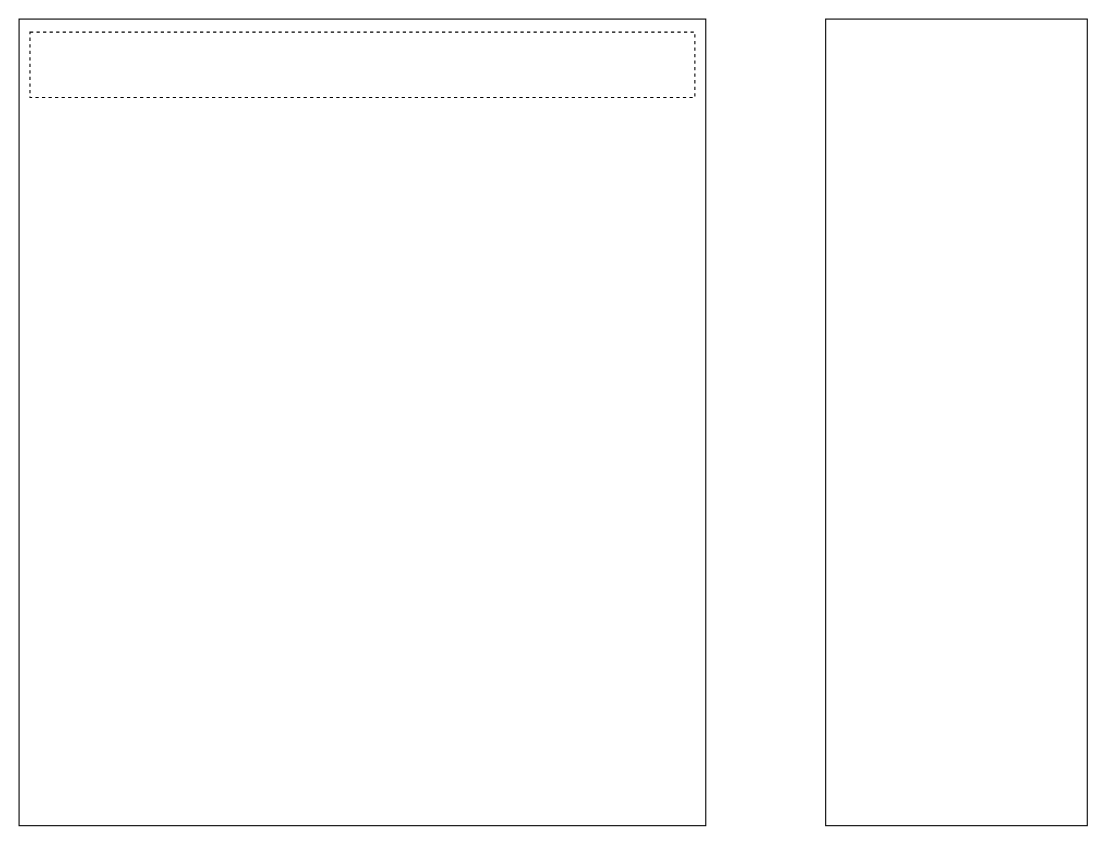
Above: Untitled Diagram.drawio in jsoncode/javascriptFuction (draw.io), before the change. Source tidied: cells renumbered, new cells numbered last; positions are measured from the earlier drawing's top-left corner, leaving out a move shared by most shapes. Both pictures are drawn from the tidied source at 109%, with x=0, y=0 at pixel (19, 19).
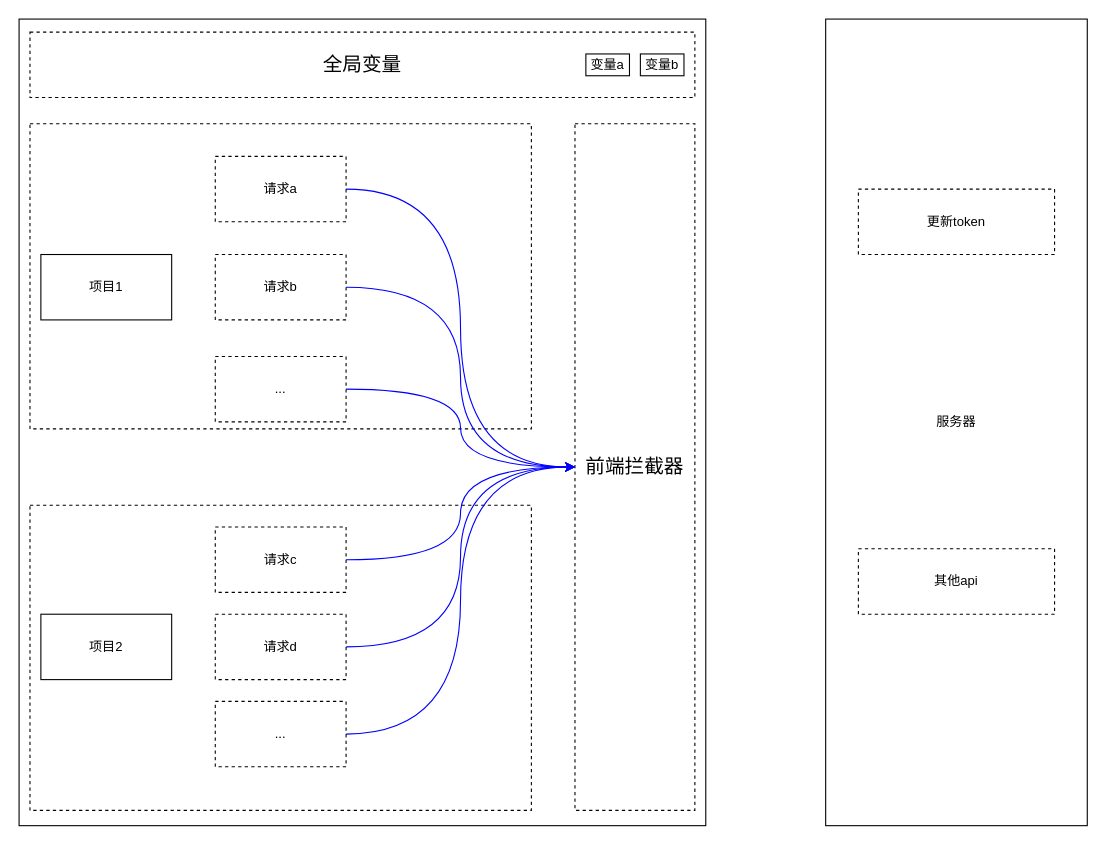
The same page after the edit.

What changed in the source:
```diff
@@
-    <mxCell id="2" style="rounded=0;whiteSpace=wrap;html=1;sketch=0;fillColor=none;" parent="1" vertex="1">
+    <mxCell id="2" value="服务器" style="rounded=0;whiteSpace=wrap;html=1;sketch=0;fillColor=none;" parent="1" vertex="1">
       <mxGeometry x="740" width="240" height="740" as="geometry" />
     </mxCell>
@@
-    <mxCell id="4" style="rounded=0;whiteSpace=wrap;html=1;sketch=0;fillColor=none;dashed=1;" parent="1" vertex="1">
+    <mxCell id="4" value="&lt;font style=&quot;font-size: 18px&quot;&gt;全局变量&lt;/font&gt;" style="rounded=0;whiteSpace=wrap;html=1;sketch=0;fillColor=none;dashed=1;" parent="1" vertex="1">
       <mxGeometry x="10" y="12" width="610" height="60" as="geometry" />
     </mxCell>
+    <mxCell id="5" value="&lt;font style=&quot;font-size: 18px&quot;&gt;前端拦截器&lt;/font&gt;" style="rounded=0;whiteSpace=wrap;html=1;sketch=0;fillColor=none;dashed=1;" parent="1" vertex="1">
+      <mxGeometry x="510" y="96" width="110" height="630" as="geometry" />
+    </mxCell>
+    <mxCell id="6" style="rounded=0;whiteSpace=wrap;html=1;sketch=0;fillColor=none;dashed=1;" parent="1" vertex="1">
+      <mxGeometry x="10" y="96" width="460" height="280" as="geometry" />
+    </mxCell>
+    <mxCell id="7" style="edgeStyle=orthogonalEdgeStyle;sketch=0;jettySize=auto;html=1;strokeColor=#0000FF;curved=1;" parent="1" edge="1" source="8" target="5">
+      <mxGeometry relative="1" as="geometry" />
+    </mxCell>
+    <mxCell id="8" value="请求a" style="rounded=0;whiteSpace=wrap;html=1;dashed=1;sketch=0;fillColor=none;" parent="1" vertex="1">
+      <mxGeometry x="180" y="126" width="120" height="60" as="geometry" />
+    </mxCell>
+    <mxCell id="9" style="edgeStyle=orthogonalEdgeStyle;sketch=0;jettySize=auto;html=1;strokeColor=#0000FF;curved=1;" parent="1" edge="1" source="10" target="5">
+      <mxGeometry relative="1" as="geometry" />
+    </mxCell>
+    <mxCell id="10" value="请求b" style="rounded=0;whiteSpace=wrap;html=1;dashed=1;sketch=0;fillColor=none;" parent="1" vertex="1">
+      <mxGeometry x="180" y="216" width="120" height="60" as="geometry" />
+    </mxCell>
+    <mxCell id="11" style="edgeStyle=orthogonalEdgeStyle;sketch=0;jettySize=auto;html=1;entryX=0;entryY=0.5;entryDx=0;entryDy=0;strokeColor=#0000FF;curved=1;" parent="1" edge="1" source="12" target="5">
+      <mxGeometry relative="1" as="geometry" />
+    </mxCell>
+    <mxCell id="12" value="..." style="rounded=0;whiteSpace=wrap;html=1;dashed=1;sketch=0;fillColor=none;" parent="1" vertex="1">
+      <mxGeometry x="180" y="309.5" width="120" height="60" as="geometry" />
+    </mxCell>
+    <mxCell id="13" value="变量a" style="rounded=0;whiteSpace=wrap;html=1;sketch=0;fillColor=none;" parent="1" vertex="1">
+      <mxGeometry x="520" y="32" width="40" height="20" as="geometry" />
+    </mxCell>
+    <mxCell id="14" value="变量b" style="rounded=0;whiteSpace=wrap;html=1;sketch=0;fillColor=none;" parent="1" vertex="1">
+      <mxGeometry x="570" y="32" width="40" height="20" as="geometry" />
+    </mxCell>
+    <mxCell id="15" style="rounded=0;whiteSpace=wrap;html=1;sketch=0;fillColor=none;dashed=1;" parent="1" vertex="1">
+      <mxGeometry x="10" y="446" width="460" height="280" as="geometry" />
+    </mxCell>
+    <mxCell id="16" style="edgeStyle=orthogonalEdgeStyle;sketch=0;jettySize=auto;html=1;entryX=0;entryY=0.5;entryDx=0;entryDy=0;strokeColor=#0000FF;curved=1;" parent="1" edge="1" source="17" target="5">
+      <mxGeometry relative="1" as="geometry" />
+    </mxCell>
+    <mxCell id="17" value="请求c" style="rounded=0;whiteSpace=wrap;html=1;dashed=1;sketch=0;fillColor=none;" parent="1" vertex="1">
+      <mxGeometry x="180" y="466" width="120" height="60" as="geometry" />
+    </mxCell>
+    <mxCell id="18" style="edgeStyle=orthogonalEdgeStyle;sketch=0;jettySize=auto;html=1;entryX=0;entryY=0.5;entryDx=0;entryDy=0;curved=1;strokeColor=#0000FF;" parent="1" edge="1" source="19" target="5">
+      <mxGeometry relative="1" as="geometry" />
+    </mxCell>
+    <mxCell id="19" value="请求d" style="rounded=0;whiteSpace=wrap;html=1;dashed=1;sketch=0;fillColor=none;" parent="1" vertex="1">
+      <mxGeometry x="180" y="546" width="120" height="60" as="geometry" />
+    </mxCell>
+    <mxCell id="20" style="edgeStyle=orthogonalEdgeStyle;sketch=0;jettySize=auto;html=1;entryX=0;entryY=0.5;entryDx=0;entryDy=0;strokeColor=#0000FF;curved=1;" parent="1" edge="1" source="21" target="5">
+      <mxGeometry relative="1" as="geometry" />
+    </mxCell>
+    <mxCell id="21" value="..." style="rounded=0;whiteSpace=wrap;html=1;dashed=1;sketch=0;fillColor=none;" parent="1" vertex="1">
+      <mxGeometry x="180" y="626" width="120" height="60" as="geometry" />
+    </mxCell>
+    <mxCell id="22" value="项目1" style="rounded=0;whiteSpace=wrap;html=1;sketch=0;fillColor=none;" parent="1" vertex="1">
+      <mxGeometry x="20" y="216" width="120" height="60" as="geometry" />
+    </mxCell>
+    <mxCell id="23" value="项目2" style="rounded=0;whiteSpace=wrap;html=1;sketch=0;fillColor=none;" parent="1" vertex="1">
+      <mxGeometry x="20" y="546" width="120" height="60" as="geometry" />
+    </mxCell>
+    <mxCell id="24" value="更新token" style="rounded=0;whiteSpace=wrap;html=1;sketch=0;fillColor=none;dashed=1;" parent="1" vertex="1">
+      <mxGeometry x="770" y="156" width="180" height="60" as="geometry" />
+    </mxCell>
+    <mxCell id="25" value="其他api" style="rounded=0;whiteSpace=wrap;html=1;dashed=1;sketch=0;fillColor=none;" parent="1" vertex="1">
+      <mxGeometry x="770" y="486" width="180" height="60" as="geometry" />
+    </mxCell>
```
